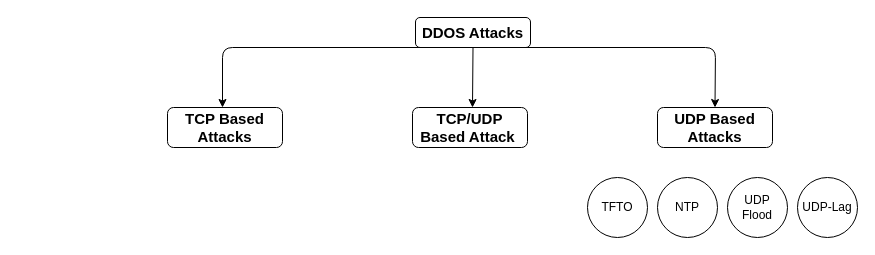
DrakeCullen/DDoS keeps this draw.io diagram as Untitled Diagram.drawio. Above is the earlier version. Source tidied: cells renumbered, new cells numbered last; positions are measured from the earlier drawing's top-left corner, leaving out a move shared by most shapes. Both pictures are drawn from the tidied source at 100%, with x=0, y=0 at pixel (167, 17).
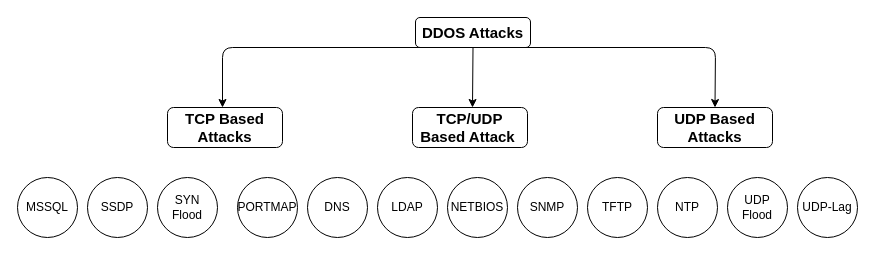
The same diagram, later.

The change refers to these unchanged cells:
```xml
<mxCell id="9" style="group;" parent="1" vertex="1">
  <mxGeometry x="420" y="160" width="270" height="60" as="geometry" />
</mxCell>
```

The edit, as a diff of the source:
```diff
@@
-    <mxCell id="13" value="TFTO" style="ellipse;whiteSpace=wrap;html=1;" parent="9" vertex="1">
+    <mxCell id="13" value="TFTP" style="ellipse;whiteSpace=wrap;html=1;" parent="9" vertex="1">
       <mxGeometry width="60" height="60" as="geometry" />
     </mxCell>
+    <mxCell id="14" value="SNMP" style="ellipse;whiteSpace=wrap;html=1;" parent="1" vertex="1">
+      <mxGeometry x="350" y="160" width="60" height="60" as="geometry" />
+    </mxCell>
+    <mxCell id="15" value="NETBIOS" style="ellipse;whiteSpace=wrap;html=1;" parent="1" vertex="1">
+      <mxGeometry x="280" y="160" width="60" height="60" as="geometry" />
+    </mxCell>
+    <mxCell id="16" value="LDAP" style="ellipse;whiteSpace=wrap;html=1;" parent="1" vertex="1">
+      <mxGeometry x="210" y="160" width="60" height="60" as="geometry" />
+    </mxCell>
+    <mxCell id="17" value="DNS" style="ellipse;whiteSpace=wrap;html=1;" parent="1" vertex="1">
+      <mxGeometry x="140" y="160" width="60" height="60" as="geometry" />
+    </mxCell>
+    <mxCell id="18" value="PORTMAP" style="ellipse;whiteSpace=wrap;html=1;" parent="1" vertex="1">
+      <mxGeometry x="70" y="160" width="60" height="60" as="geometry" />
+    </mxCell>
+    <mxCell id="19" value="SYN Flood" style="ellipse;whiteSpace=wrap;html=1;" parent="1" vertex="1">
+      <mxGeometry x="-10" y="160" width="60" height="60" as="geometry" />
+    </mxCell>
+    <mxCell id="20" value="SSDP" style="ellipse;whiteSpace=wrap;html=1;" parent="1" vertex="1">
+      <mxGeometry x="-80" y="160" width="60" height="60" as="geometry" />
+    </mxCell>
+    <mxCell id="21" value="MSSQL" style="ellipse;whiteSpace=wrap;html=1;" parent="1" vertex="1">
+      <mxGeometry x="-150" y="160" width="60" height="60" as="geometry" />
+    </mxCell>
```
